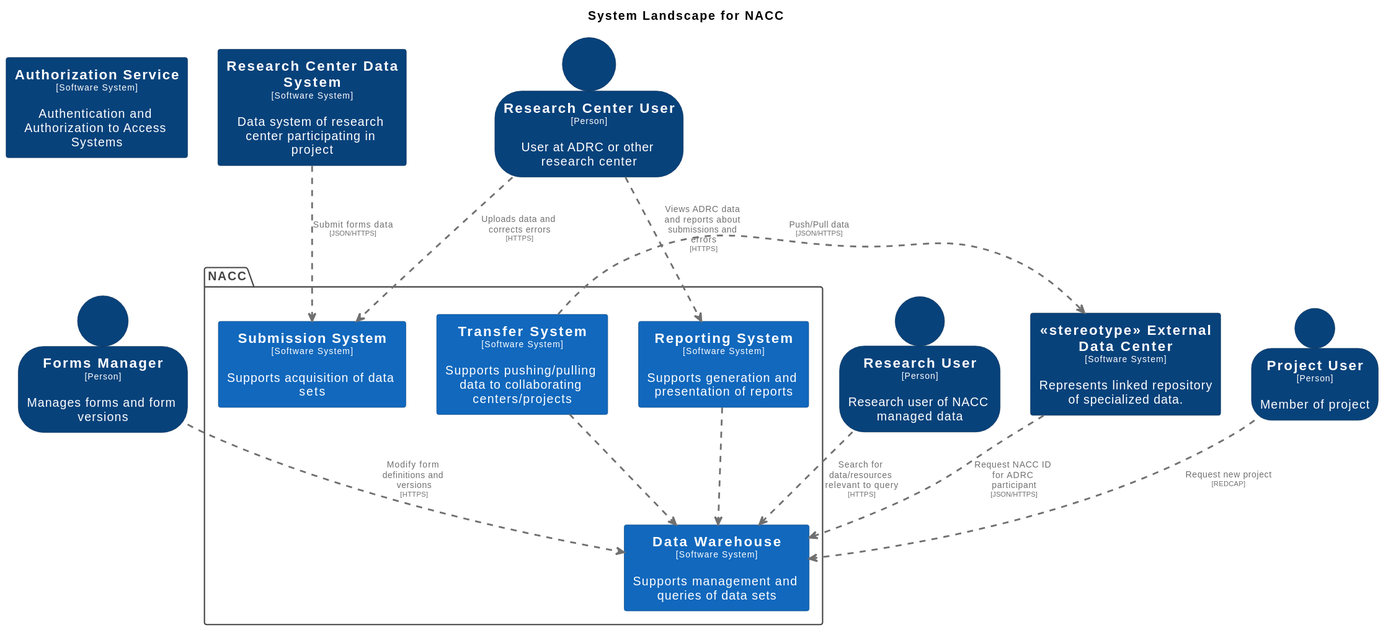
naccdata/system-design keeps this PlantUML diagram as docs/images/structurizr-GeneralizedSystemLandscape.svg. Above is the earlier version.
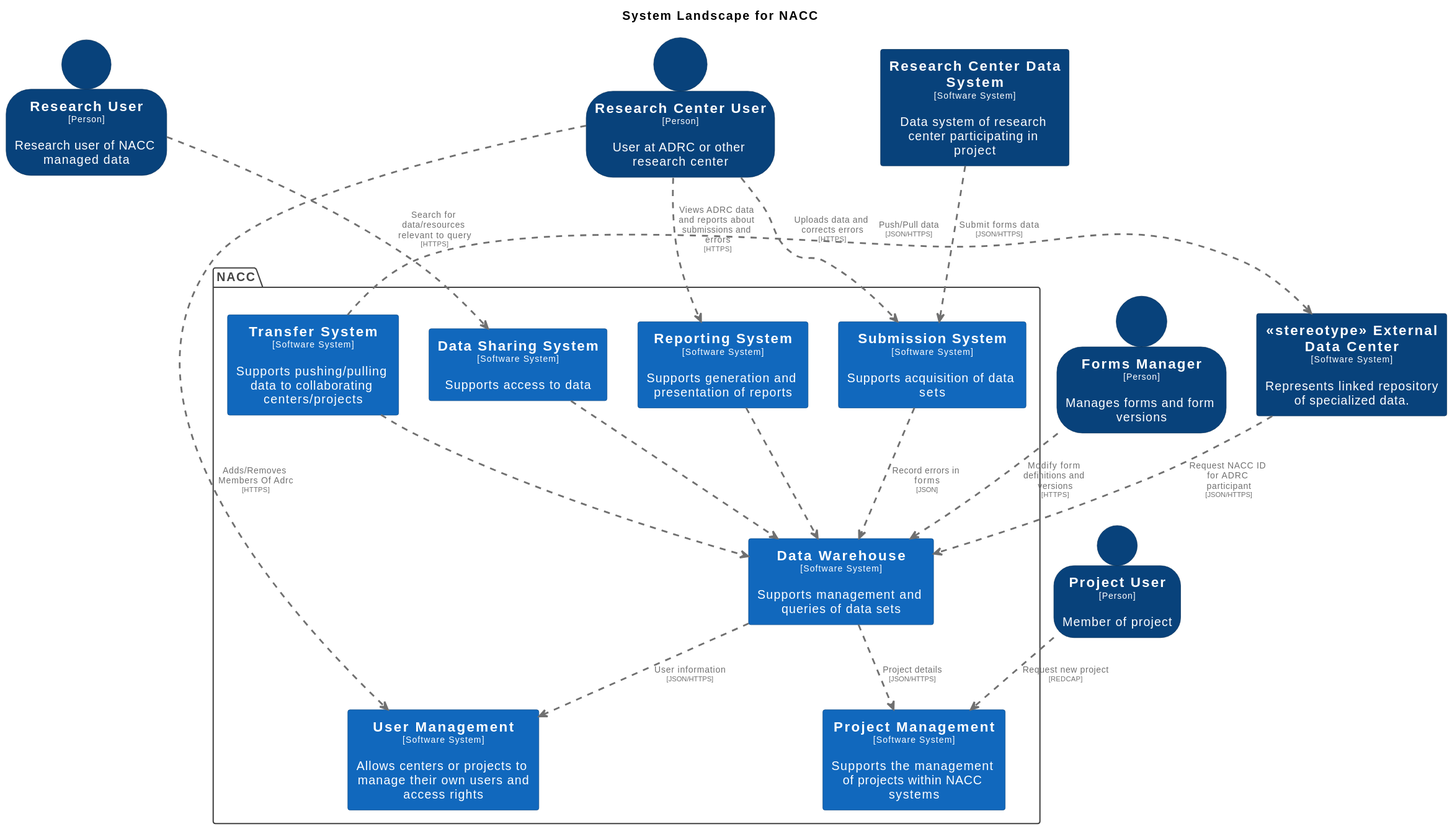
Later version of the same file.

What changed in the source:
```diff
@@ -18,10 +18,10 @@
   FontColor #ffffff
   BorderColor #052e56
 }
-skinparam rectangle<<AuthorizationService>> {
-  BackgroundColor #08427b
+skinparam rectangle<<DataSharingSystem>> {
+  BackgroundColor #1168bd
   FontColor #ffffff
-  BorderColor #052e56
+  BorderColor #0b4884
 }
 skinparam rectangle<<DataWarehouse>> {
   BackgroundColor #1168bd
@@ -32,6 +32,11 @@
   BackgroundColor #08427b
   FontColor #ffffff
   BorderColor #052e56
+}
+skinparam rectangle<<ProjectManagement>> {
+  BackgroundColor #1168bd
+  FontColor #ffffff
+  BorderColor #0b4884
 }
 skinparam person<<ProjectUser>> {
   BackgroundColor #08427b
@@ -68,33 +73,45 @@
   FontColor #ffffff
   BorderColor #0b4884
 }
+skinparam rectangle<<UserManagement>> {
+  BackgroundColor #1168bd
+  FontColor #ffffff
+  BorderColor #0b4884
+}
 
 package "NACC" <<enterprise>> {
   skinparam PackageBorderColor<<enterprise>> #444444
   skinparam PackageFontColor<<enterprise>> #444444
 
+  rectangle "==Data Warehouse\n<size:10>[Software System]</size>\n\nSupports management and queries of data sets" <<DataWarehouse>> as DataWarehouse
+  rectangle "==User Management\n<size:10>[Software System]</size>\n\nAllows centers or projects to manage their own users and access rights" <<UserManagement>> as UserManagement
   rectangle "==Submission System\n<size:10>[Software System]</size>\n\nSupports acquisition of data sets" <<SubmissionSystem>> as SubmissionSystem
-  rectangle "==Data Warehouse\n<size:10>[Software System]</size>\n\nSupports management and queries of data sets" <<DataWarehouse>> as DataWarehouse
+  rectangle "==Project Management\n<size:10>[Software System]</size>\n\nSupports the management of projects within NACC systems" <<ProjectManagement>> as ProjectManagement
   rectangle "==Transfer System\n<size:10>[Software System]</size>\n\nSupports pushing/pulling data to collaborating centers/projects" <<TransferSystem>> as TransferSystem
   rectangle "==Reporting System\n<size:10>[Software System]</size>\n\nSupports generation and presentation of reports" <<ReportingSystem>> as ReportingSystem
+  rectangle "==Data Sharing System\n<size:10>[Software System]</size>\n\nSupports access to data" <<DataSharingSystem>> as DataSharingSystem
 }
 
-rectangle "==Authorization Service\n<size:10>[Software System]</size>\n\nAuthentication and Authorization to Access Systems" <<AuthorizationService>> as AuthorizationService
+person "==Research Center User\n<size:10>[Person]</size>\n\nUser at ADRC or other research center" <<ResearchCenterUser>> as ResearchCenterUser
+person "==Project User\n<size:10>[Person]</size>\n\nMember of project" <<ProjectUser>> as ProjectUser
 person "==Forms Manager\n<size:10>[Person]</size>\n\nManages forms and form versions" <<FormsManager>> as FormsManager
 person "==Research User\n<size:10>[Person]</size>\n\nResearch user of NACC managed data" <<ResearchUser>> as ResearchUser
 rectangle "==<<stereotype>> External Data Center\n<size:10>[Software System]</size>\n\nRepresents linked repository of specialized data." <<stereotypeExternalDataCenter>> as stereotypeExternalDataCenter
 rectangle "==Research Center Data System\n<size:10>[Software System]</size>\n\nData system of research center participating in project" <<ResearchCenterDataSystem>> as ResearchCenterDataSystem
-person "==Research Center User\n<size:10>[Person]</size>\n\nUser at ADRC or other research center" <<ResearchCenterUser>> as ResearchCenterUser
-person "==Project User\n<size:10>[Person]</size>\n\nMember of project" <<ProjectUser>> as ProjectUser
 
+DataSharingSystem .[#707070,thickness=2].> DataWarehouse : "<color:#707070>"
+ResearchCenterUser .[#707070,thickness=2].> UserManagement : "<color:#707070>Adds/Removes Members Of Adrc\n<color:#707070><size:8>[HTTPS]</size>"
+ResearchCenterUser .[#707070,thickness=2].> ReportingSystem : "<color:#707070>Views ADRC data and reports about submissions and errors\n<color:#707070><size:8>[HTTPS]</size>"
+ResearchCenterUser .[#707070,thickness=2].> SubmissionSystem : "<color:#707070>Uploads data and corrects errors\n<color:#707070><size:8>[HTTPS]</size>"
+ProjectUser .[#707070,thickness=2].> ProjectManagement : "<color:#707070>Request new project\n<color:#707070><size:8>[REDCAP]</size>"
 FormsManager .[#707070,thickness=2].> DataWarehouse : "<color:#707070>Modify form definitions and versions\n<color:#707070><size:8>[HTTPS]</size>"
-ResearchUser .[#707070,thickness=2].> DataWarehouse : "<color:#707070>Search for data/resources relevant to query\n<color:#707070><size:8>[HTTPS]</size>"
+ResearchUser .[#707070,thickness=2].> DataSharingSystem : "<color:#707070>Search for data/resources relevant to query\n<color:#707070><size:8>[HTTPS]</size>"
 stereotypeExternalDataCenter .[#707070,thickness=2].> DataWarehouse : "<color:#707070>Request NACC ID for ADRC participant\n<color:#707070><size:8>[JSON/HTTPS]</size>"
 TransferSystem .[#707070,thickness=2].> stereotypeExternalDataCenter : "<color:#707070>Push/Pull data\n<color:#707070><size:8>[JSON/HTTPS]</size>"
+DataWarehouse .[#707070,thickness=2].> UserManagement : "<color:#707070>User information\n<color:#707070><size:8>[JSON/HTTPS]</size>"
 ResearchCenterDataSystem .[#707070,thickness=2].> SubmissionSystem : "<color:#707070>Submit forms data\n<color:#707070><size:8>[JSON/HTTPS]</size>"
+DataWarehouse .[#707070,thickness=2].> ProjectManagement : "<color:#707070>Project details\n<color:#707070><size:8>[JSON/HTTPS]</size>"
+SubmissionSystem .[#707070,thickness=2].> DataWarehouse : "<color:#707070>Record errors in forms\n<color:#707070><size:8>[JSON]</size>"
 TransferSystem .[#707070,thickness=2].> DataWarehouse : "<color:#707070>"
 ReportingSystem .[#707070,thickness=2].> DataWarehouse : "<color:#707070>"
-ResearchCenterUser .[#707070,thickness=2].> ReportingSystem : "<color:#707070>Views ADRC data and reports about submissions and errors\n<color:#707070><size:8>[HTTPS]</size>"
-ResearchCenterUser .[#707070,thickness=2].> SubmissionSystem : "<color:#707070>Uploads data and corrects errors\n<color:#707070><size:8>[HTTPS]</size>"
-ProjectUser .[#707070,thickness=2].> DataWarehouse : "<color:#707070>Request new project\n<color:#707070><size:8>[REDCAP]</size>"
 @enduml
```
